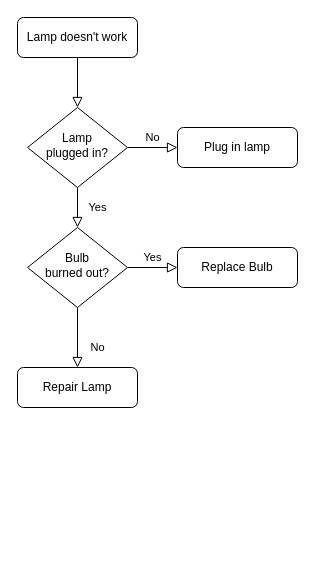
This is 未命名绘图.drawio from tosky2023/Test, a draw.io file, before an edit. Source tidied: cells renumbered, new cells numbered last; positions are measured from the earlier drawing's top-left corner, leaving out a move shared by most shapes. Both pictures are drawn from the tidied source at 100%, with x=0, y=0 at pixel (17, 17).
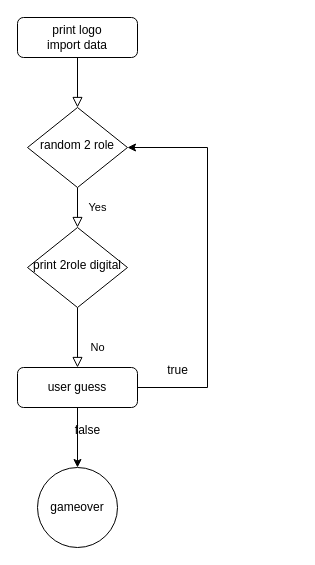
The same diagram, later.

Commit message:
更新未命名绘图.drawio

The edit, as a diff of the source:
```diff
@@
 <mxGraphModel>
   <root>
     <mxCell id="0" />
     <mxCell id="1" parent="0" />
     <mxCell id="2" style="rounded=0;html=1;jettySize=auto;fontSize=11;endArrow=block;endFill=0;endSize=8;strokeWidth=1;shadow=0;labelBackgroundColor=none;edgeStyle=orthogonalEdgeStyle;" parent="1" edge="1" source="3" target="6">
       <mxGeometry relative="1" as="geometry" />
     </mxCell>
-    <mxCell id="3" value="Lamp doesn't work" style="rounded=1;whiteSpace=wrap;html=1;fontSize=12;glass=0;strokeWidth=1;shadow=0;" parent="1" vertex="1">
+    <mxCell id="3" value="print logo&lt;br&gt;import data" style="rounded=1;whiteSpace=wrap;html=1;fontSize=12;glass=0;strokeWidth=1;shadow=0;" parent="1" vertex="1">
       <mxGeometry width="120" height="40" as="geometry" />
     </mxCell>
     <mxCell id="4" value="Yes" style="rounded=0;html=1;jettySize=auto;fontSize=11;endArrow=block;endFill=0;endSize=8;strokeWidth=1;shadow=0;labelBackgroundColor=none;edgeStyle=orthogonalEdgeStyle;" parent="1" edge="1" source="6" target="10">
       <mxGeometry y="20" relative="1" as="geometry" />
     </mxCell>
-    <mxCell id="5" value="No" style="edgeStyle=orthogonalEdgeStyle;rounded=0;html=1;jettySize=auto;fontSize=11;endArrow=block;endFill=0;endSize=8;strokeWidth=1;shadow=0;labelBackgroundColor=none;" parent="1" edge="1" source="6" target="7">
-      <mxGeometry y="10" relative="1" as="geometry" />
-    </mxCell>
-    <mxCell id="6" value="Lamp&lt;br&gt;plugged in?" style="rhombus;whiteSpace=wrap;html=1;shadow=0;fontFamily=Helvetica;fontSize=12;align=center;strokeWidth=1;spacing=6;spacingTop=-4;" parent="1" vertex="1">
+    <mxCell id="6" value="random 2 role" style="rhombus;whiteSpace=wrap;html=1;shadow=0;fontFamily=Helvetica;fontSize=12;align=center;strokeWidth=1;spacing=6;spacingTop=-4;" parent="1" vertex="1">
       <mxGeometry x="10" y="90" width="100" height="80" as="geometry" />
     </mxCell>
-    <mxCell id="7" value="Plug in lamp" style="rounded=1;whiteSpace=wrap;html=1;fontSize=12;glass=0;strokeWidth=1;shadow=0;" parent="1" vertex="1">
-      <mxGeometry x="160" y="110" width="120" height="40" as="geometry" />
-    </mxCell>
     <mxCell id="8" value="No" style="rounded=0;html=1;jettySize=auto;fontSize=11;endArrow=block;endFill=0;endSize=8;strokeWidth=1;shadow=0;labelBackgroundColor=none;edgeStyle=orthogonalEdgeStyle;" parent="1" edge="1" source="10" target="11">
       <mxGeometry x="0.33" y="20" relative="1" as="geometry" />
     </mxCell>
-    <mxCell id="9" value="Yes" style="edgeStyle=orthogonalEdgeStyle;rounded=0;html=1;jettySize=auto;fontSize=11;endArrow=block;endFill=0;endSize=8;strokeWidth=1;shadow=0;labelBackgroundColor=none;" parent="1" edge="1" source="10" target="12">
-      <mxGeometry y="10" relative="1" as="geometry" />
-    </mxCell>
-    <mxCell id="10" value="Bulb&lt;br&gt;burned out?" style="rhombus;whiteSpace=wrap;html=1;shadow=0;fontFamily=Helvetica;fontSize=12;align=center;strokeWidth=1;spacing=6;spacingTop=-4;" parent="1" vertex="1">
+    <mxCell id="10" value="print 2role digital" style="rhombus;whiteSpace=wrap;html=1;shadow=0;fontFamily=Helvetica;fontSize=12;align=center;strokeWidth=1;spacing=6;spacingTop=-4;" parent="1" vertex="1">
       <mxGeometry x="10" y="210" width="100" height="80" as="geometry" />
     </mxCell>
+    <mxCell id="13" style="edgeStyle=orthogonalEdgeStyle;rounded=0;jettySize=auto;html=1;" parent="1" edge="1" source="11" target="15">
+      <mxGeometry relative="1" as="geometry" />
+    </mxCell>
+    <mxCell id="14" style="edgeStyle=orthogonalEdgeStyle;rounded=0;jettySize=auto;html=1;" parent="1" edge="1" source="11" target="6">
+      <mxGeometry relative="1" as="geometry">
+        <Array as="points">
+          <mxPoint x="190" y="370" />
+          <mxPoint x="190" y="130" />
+        </Array>
+      </mxGeometry>
+    </mxCell>
-    <mxCell id="11" value="Repair Lamp" style="rounded=1;whiteSpace=wrap;html=1;fontSize=12;glass=0;strokeWidth=1;shadow=0;" parent="1" vertex="1">
+    <mxCell id="11" value="user guess" style="rounded=1;whiteSpace=wrap;html=1;fontSize=12;glass=0;strokeWidth=1;shadow=0;" parent="1" vertex="1">
       <mxGeometry y="350" width="120" height="40" as="geometry" />
     </mxCell>
-    <mxCell id="12" value="Replace Bulb" style="rounded=1;whiteSpace=wrap;html=1;fontSize=12;glass=0;strokeWidth=1;shadow=0;" parent="1" vertex="1">
-      <mxGeometry x="160" y="230" width="120" height="40" as="geometry" />
-    </mxCell>
+    <mxCell id="15" value="gameover" style="ellipse;whiteSpace=wrap;html=1;rounded=1;glass=0;strokeWidth=1;shadow=0;" parent="1" vertex="1">
+      <mxGeometry x="20" y="450" width="80" height="80" as="geometry" />
+    </mxCell>
+    <mxCell id="16" value="false" style="text;html=1;align=center;verticalAlign=middle;strokeColor=none;fillColor=none;" parent="1" vertex="1">
+      <mxGeometry x="45" y="398" width="50" height="30" as="geometry" />
+    </mxCell>
+    <mxCell id="17" value="true" style="text;html=1;align=center;verticalAlign=middle;strokeColor=none;fillColor=none;" parent="1" vertex="1">
+      <mxGeometry x="140" y="338" width="40" height="30" as="geometry" />
+    </mxCell>
   </root>
 </mxGraphModel>
```
